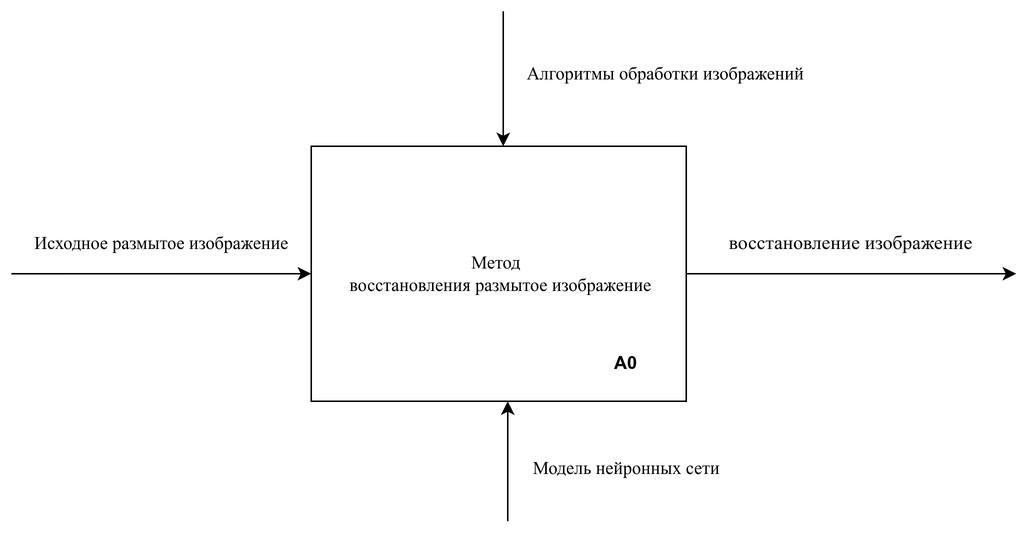
Before: diploma/md/assets/idef0-A0.png, a diagram exported from draw.io (ak-karimzai/diploma). Source tidied: cells renumbered, new cells last; positions are measured from the earlier drawing's top-left corner, leaving out a move shared by most shapes.
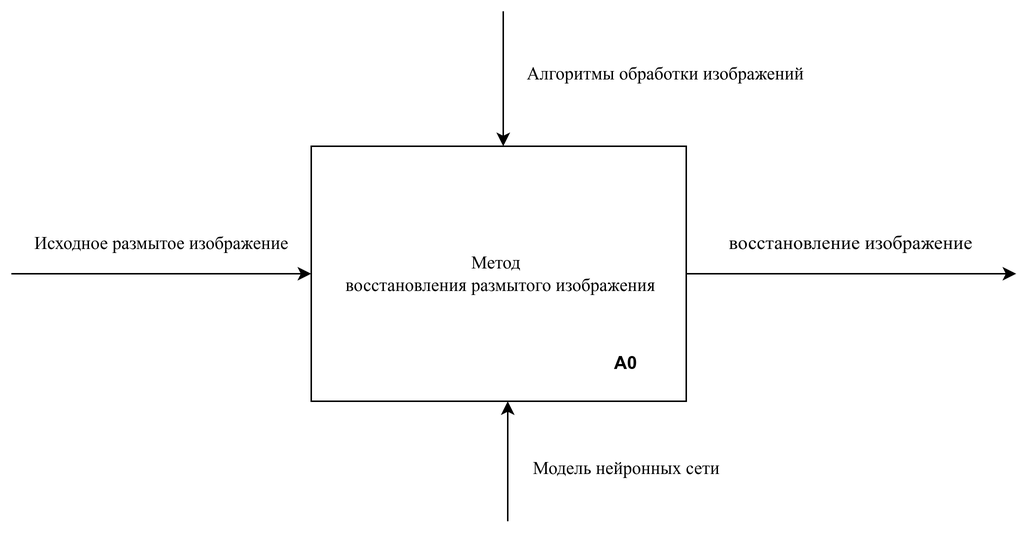
The same diagram one commit later.

Change to the diagram source:
```diff
@@ -7,7 +7,7 @@
         <mxPoint x="665" y="175" as="targetPoint" />
       </mxGeometry>
     </mxCell>
-    <mxCell id="3" value="&lt;div&gt;&lt;font style=&quot;&quot; face=&quot;Times New Roman&quot;&gt;Метод&amp;nbsp;&lt;/font&gt;&lt;/div&gt;&lt;font style=&quot;&quot; face=&quot;sOZm78o3tmA-zMqEhNAG&quot;&gt;&amp;nbsp;восстановления размытое изображение&lt;/font&gt;" style="rounded=0;whiteSpace=wrap;html=1;" parent="1" vertex="1">
+    <mxCell id="3" value="&lt;div&gt;&lt;font style=&quot;&quot; face=&quot;Times New Roman&quot;&gt;Метод&amp;nbsp;&lt;/font&gt;&lt;/div&gt;&lt;font style=&quot;&quot; face=&quot;sOZm78o3tmA-zMqEhNAG&quot;&gt;&amp;nbsp;восстановления размытого изображения&lt;/font&gt;" style="rounded=0;whiteSpace=wrap;html=1;" parent="1" vertex="1">
       <mxGeometry x="195" y="90" width="250" height="170" as="geometry" />
     </mxCell>
     <mxCell id="4" value="&lt;b&gt;A0&lt;/b&gt;" style="text;html=1;strokeColor=none;fillColor=none;align=center;verticalAlign=middle;whiteSpace=wrap;rounded=0;" parent="1" vertex="1">
```
